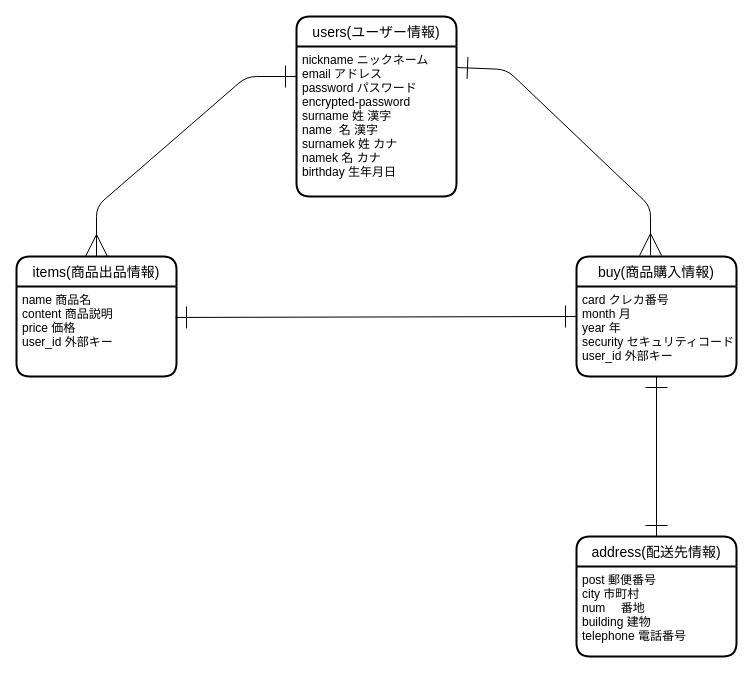
The draw.io diagram test.dio in arakikeita/furima-38559, before the edit. Source tidied: cells renumbered, new cells numbered last; positions are measured from the earlier drawing's top-left corner, leaving out a move shared by most shapes. Both pictures are drawn from the tidied source at 100%, with x=0, y=0 at pixel (16, 16).
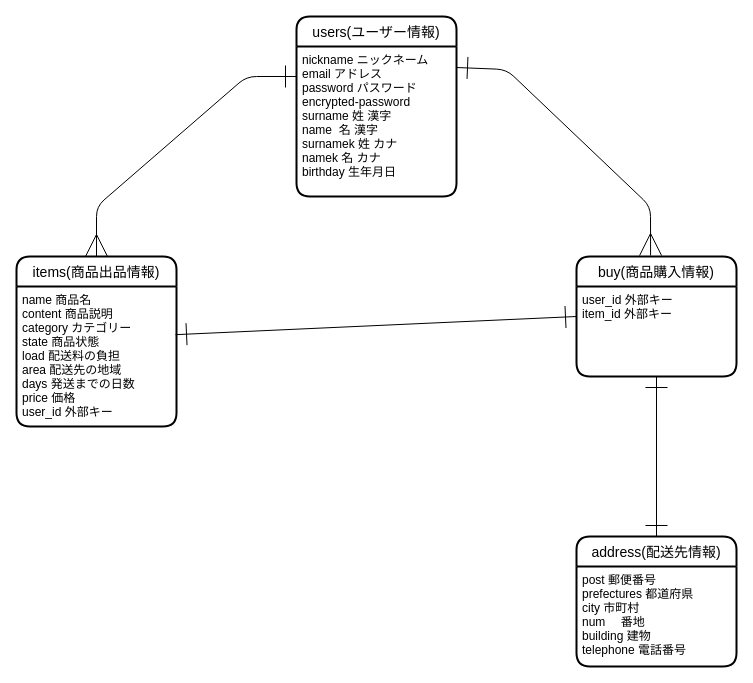
The same page after the edit.

What changed in the source:
```diff
@@
 <mxGraphModel>
   <root>
     <mxCell id="0" />
     <mxCell id="1" parent="0" />
     <mxCell id="2" value="users(ユーザー情報)" style="swimlane;horizontal=1;startSize=30;rounded=1;fontSize=14;fontStyle=0;strokeWidth=2;shadow=0;dashed=0;align=center;" parent="1" vertex="1">
       <mxGeometry x="280" width="160" height="180" as="geometry" />
     </mxCell>
     <mxCell id="3" value="nickname ニックネーム&#10;email アドレス&#10;password パスワード&#10;encrypted-password&#10;surname 姓 漢字&#10;name  名 漢字&#10;surnamek 姓 カナ&#10;namek 名 カナ&#10;birthday 生年月日" style="align=left;strokeColor=none;fillColor=none;spacingLeft=4;fontSize=12;verticalAlign=top;" parent="2" vertex="1">
       <mxGeometry y="30" width="160" height="150" as="geometry" />
     </mxCell>
     <mxCell id="4" value="items(商品出品情報)" style="swimlane;horizontal=1;startSize=30;rounded=1;fontSize=14;fontStyle=0;strokeWidth=2;shadow=0;dashed=0;align=center;" parent="1" vertex="1">
-      <mxGeometry y="240" width="160" height="120" as="geometry" />
+      <mxGeometry y="240" width="160" height="170" as="geometry" />
     </mxCell>
-    <mxCell id="5" value="name 商品名&#10;content 商品説明&#10;price 価格&#10;user_id 外部キー" style="align=left;strokeColor=none;fillColor=none;spacingLeft=4;fontSize=12;verticalAlign=top;" parent="4" vertex="1">
-      <mxGeometry y="30" width="160" height="90" as="geometry" />
+    <mxCell id="5" value="name 商品名&#10;content 商品説明&#10;category カテゴリー&#10;state 商品状態&#10;load 配送料の負担&#10;area 配送先の地域&#10;days 発送までの日数&#10;price 価格&#10;user_id 外部キー" style="align=left;strokeColor=none;fillColor=none;spacingLeft=4;fontSize=12;verticalAlign=top;" parent="4" vertex="1">
+      <mxGeometry y="30" width="160" height="140" as="geometry" />
     </mxCell>
     <mxCell id="6" value="buy(商品購入情報)" style="swimlane;horizontal=1;startSize=30;rounded=1;fontSize=14;fontStyle=0;strokeWidth=2;shadow=0;dashed=0;align=center;" parent="1" vertex="1">
       <mxGeometry x="560" y="240" width="160" height="120" as="geometry" />
     </mxCell>
-    <mxCell id="7" value="card クレカ番号&#10;month 月&#10;year 年&#10;security セキュリティコード&#10;user_id 外部キー" style="align=left;strokeColor=none;fillColor=none;spacingLeft=4;fontSize=12;verticalAlign=top;" parent="6" vertex="1">
+    <mxCell id="7" value="user_id 外部キー&#10;item_id 外部キー" style="align=left;strokeColor=none;fillColor=none;spacingLeft=4;fontSize=12;verticalAlign=top;" parent="6" vertex="1">
       <mxGeometry y="30" width="160" height="90" as="geometry" />
     </mxCell>
     <mxCell id="8" value="address(配送先情報)" style="swimlane;horizontal=1;startSize=30;rounded=1;fontSize=14;fontStyle=0;strokeWidth=2;shadow=0;dashed=0;align=center;" parent="1" vertex="1">
-      <mxGeometry x="560" y="520" width="160" height="120" as="geometry" />
+      <mxGeometry x="560" y="520" width="160" height="130" as="geometry" />
     </mxCell>
-    <mxCell id="9" value="post 郵便番号&#10;city 市町村&#10;num 　番地&#10;building 建物&#10;telephone 電話番号&#10;" style="align=left;strokeColor=none;fillColor=none;spacingLeft=4;fontSize=12;verticalAlign=top;" parent="8" vertex="1">
-      <mxGeometry y="30" width="160" height="90" as="geometry" />
+    <mxCell id="9" value="post 郵便番号&#10;prefectures 都道府県&#10;city 市町村&#10;num 　番地&#10;building 建物&#10;telephone 電話番号&#10;" style="align=left;strokeColor=none;fillColor=none;spacingLeft=4;fontSize=12;verticalAlign=top;" parent="8" vertex="1">
+      <mxGeometry y="30" width="160" height="100" as="geometry" />
     </mxCell>
     <mxCell id="10" style="endArrow=ERone;startArrow=ERmany;html=1;entryX=0;entryY=0.2;entryDx=0;entryDy=0;endFill=0;startFill=0;endSize=20;startSize=20;entryPerimeter=0;" parent="1" edge="1" target="3">
       <mxGeometry relative="1" as="geometry">
         <mxPoint x="80" y="240" as="sourcePoint" />
         <Array as="points">
           <mxPoint x="80" y="190" />
           <mxPoint x="230" y="60" />
         </Array>
       </mxGeometry>
     </mxCell>
     <mxCell id="11" style="endArrow=ERmany;startArrow=ERone;html=1;startSize=20;endSize=20;entryX=0.463;entryY=-0.008;entryDx=0;entryDy=0;entryPerimeter=0;exitX=1;exitY=0.14;exitDx=0;exitDy=0;endFill=0;startFill=0;exitPerimeter=0;" parent="1" edge="1" source="3" target="6">
       <mxGeometry relative="1" as="geometry">
         <Array as="points">
           <mxPoint x="490" y="53" />
           <mxPoint x="634" y="190" />
         </Array>
       </mxGeometry>
     </mxCell>
     <mxCell id="12" style="endArrow=ERone;startArrow=ERone;html=1;startSize=20;endSize=20;entryX=0;entryY=0.5;entryDx=0;entryDy=0;exitX=0.994;exitY=0.344;exitDx=0;exitDy=0;exitPerimeter=0;endFill=0;startFill=0;" parent="1" edge="1" source="5" target="6">
       <mxGeometry relative="1" as="geometry" />
     </mxCell>
     <mxCell id="13" style="endArrow=ERone;startArrow=ERone;html=1;startSize=20;endSize=20;entryX=0.5;entryY=1;entryDx=0;entryDy=0;exitX=0.5;exitY=0;exitDx=0;exitDy=0;startFill=0;endFill=0;" parent="1" edge="1" source="8" target="7">
       <mxGeometry relative="1" as="geometry" />
     </mxCell>
   </root>
 </mxGraphModel>
```
